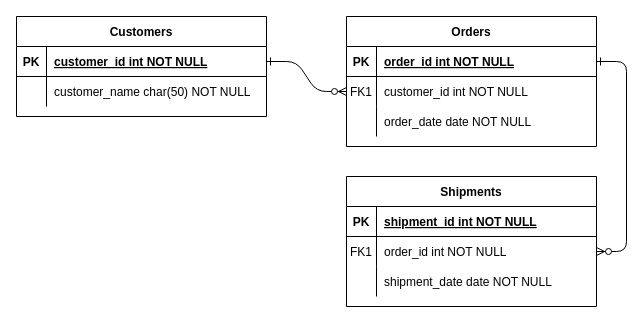
ozarikar/csc362_f24_zarikar keeps this draw.io diagram as lab4/Untitled Diagram.drawio. Above is the earlier version. Source tidied: cells renumbered, new cells numbered last; positions are measured from the earlier drawing's top-left corner, leaving out a move shared by most shapes. Both pictures are drawn from the tidied source at 100%, with x=0, y=0 at pixel (16, 16).
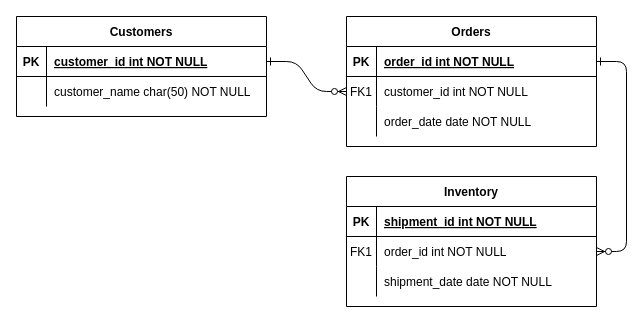
After the change.

Diff of the diagram source:
```diff
@@
-    <mxCell id="14" value="Shipments" style="shape=table;startSize=30;childLayout=tableLayout;rowLines=0;fontStyle=1;align=center;" parent="1" vertex="1">
+    <mxCell id="14" value="Inventory" style="shape=table;startSize=30;childLayout=tableLayout;rowLines=0;fontStyle=1;align=center;" parent="1" vertex="1">
       <mxGeometry x="330" y="160" width="250" height="130" as="geometry" />
     </mxCell>
```
